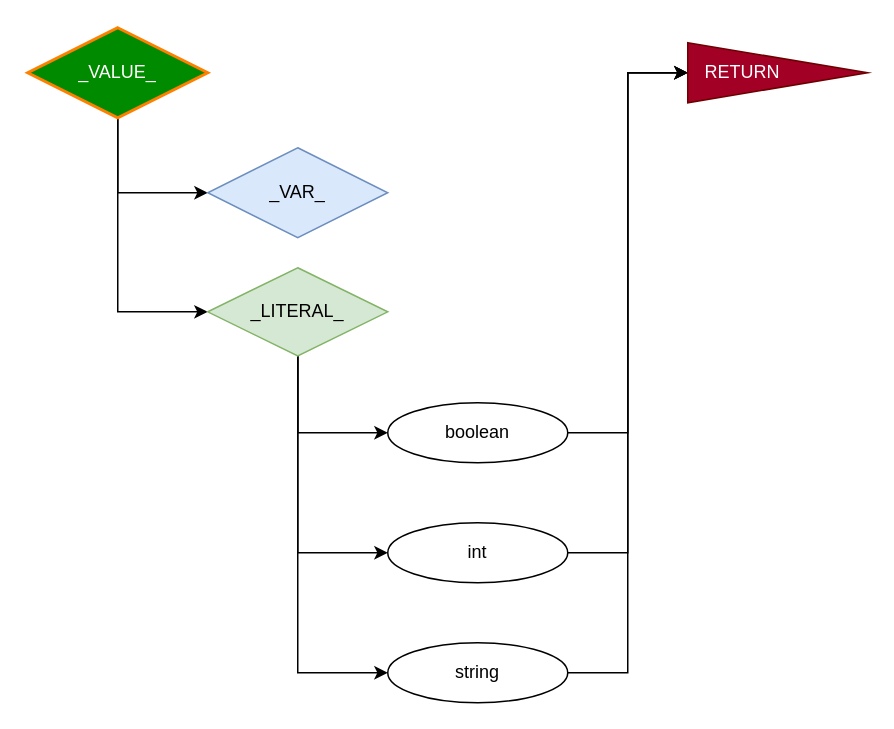
ZacharyYGateley/Compiler keeps this draw.io diagram as page "_VALUE_" (6 of 8) of CFG.drawio. Above is the earlier version. Source tidied: cells renumbered, new cells numbered last; positions are measured from the earlier drawing's top-left corner, leaving out a move shared by most shapes. Both pictures are drawn from the tidied source at 150%, with x=0, y=0 at pixel (27, 27).
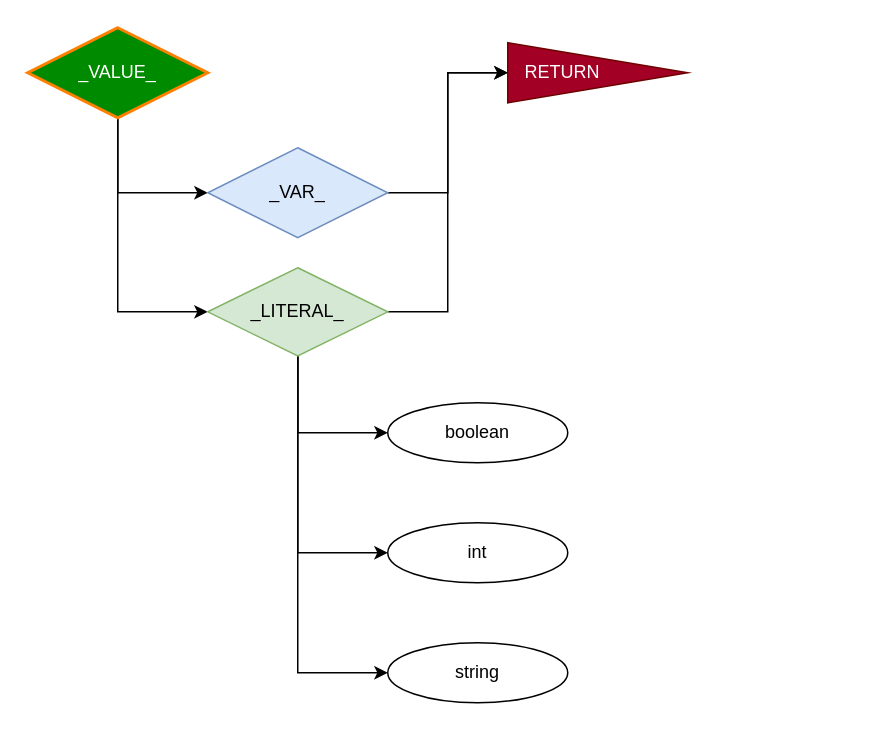
The same diagram, later.

Diff of the diagram source:
```diff
@@
 <mxGraphModel>
   <root>
     <mxCell id="0" />
     <mxCell id="1" parent="0" />
     <mxCell id="2" style="edgeStyle=orthogonalEdgeStyle;rounded=0;jettySize=auto;html=1;exitX=0.5;exitY=1;exitDx=0;exitDy=0;entryX=0;entryY=0.5;entryDx=0;entryDy=0;" parent="1" edge="1" source="4" target="5">
       <mxGeometry relative="1" as="geometry" />
     </mxCell>
     <mxCell id="3" style="edgeStyle=orthogonalEdgeStyle;rounded=0;jettySize=auto;html=1;exitX=0.5;exitY=1;exitDx=0;exitDy=0;entryX=0;entryY=0.5;entryDx=0;entryDy=0;" parent="1" edge="1" source="4" target="9">
       <mxGeometry relative="1" as="geometry" />
     </mxCell>
     <mxCell id="4" value="_VALUE_" style="rhombus;whiteSpace=wrap;html=1;fillColor=#008a00;strokeColor=#FF8000;fontColor=#ffffff;strokeWidth=2;" parent="1" vertex="1">
       <mxGeometry width="120" height="60" as="geometry" />
     </mxCell>
+    <mxCell id="17" style="edgeStyle=orthogonalEdgeStyle;rounded=0;jettySize=auto;html=1;exitX=1;exitY=0.5;exitDx=0;exitDy=0;entryX=0;entryY=0.5;entryDx=0;entryDy=0;" parent="1" edge="1" source="5" target="16">
+      <mxGeometry relative="1" as="geometry" />
+    </mxCell>
     <mxCell id="5" value="_VAR_" style="rhombus;whiteSpace=wrap;html=1;fillColor=#dae8fc;strokeColor=#6c8ebf;" parent="1" vertex="1">
       <mxGeometry x="120" y="80" width="120" height="60" as="geometry" />
     </mxCell>
     <mxCell id="6" style="edgeStyle=orthogonalEdgeStyle;rounded=0;jettySize=auto;html=1;exitX=0.5;exitY=1;exitDx=0;exitDy=0;entryX=0;entryY=0.5;entryDx=0;entryDy=0;" parent="1" edge="1" source="9" target="15">
       <mxGeometry relative="1" as="geometry" />
     </mxCell>
     <mxCell id="7" style="edgeStyle=orthogonalEdgeStyle;rounded=0;jettySize=auto;html=1;exitX=0.5;exitY=1;exitDx=0;exitDy=0;entryX=0;entryY=0.5;entryDx=0;entryDy=0;" parent="1" edge="1" source="9" target="13">
       <mxGeometry relative="1" as="geometry" />
     </mxCell>
     <mxCell id="8" style="edgeStyle=orthogonalEdgeStyle;rounded=0;jettySize=auto;html=1;exitX=0.5;exitY=1;exitDx=0;exitDy=0;entryX=0;entryY=0.5;entryDx=0;entryDy=0;" parent="1" edge="1" source="9" target="11">
       <mxGeometry relative="1" as="geometry" />
     </mxCell>
+    <mxCell id="18" style="edgeStyle=orthogonalEdgeStyle;rounded=0;jettySize=auto;html=1;exitX=1;exitY=0.5;exitDx=0;exitDy=0;entryX=0;entryY=0.5;entryDx=0;entryDy=0;" parent="1" edge="1" source="9" target="16">
+      <mxGeometry relative="1" as="geometry" />
+    </mxCell>
     <mxCell id="9" value="_LITERAL_" style="rhombus;whiteSpace=wrap;html=1;fillColor=#d5e8d4;strokeColor=#82b366;" parent="1" vertex="1">
       <mxGeometry x="120" y="160" width="120" height="58.8" as="geometry" />
     </mxCell>
-    <mxCell id="10" style="edgeStyle=orthogonalEdgeStyle;rounded=0;jettySize=auto;html=1;exitX=1;exitY=0.5;exitDx=0;exitDy=0;entryX=0;entryY=0.5;entryDx=0;entryDy=0;" parent="1" edge="1" source="11" target="16">
-      <mxGeometry relative="1" as="geometry" />
-    </mxCell>
     <mxCell id="11" value="string" style="ellipse;whiteSpace=wrap;html=1;" parent="1" vertex="1">
       <mxGeometry x="240" y="410" width="120" height="40" as="geometry" />
     </mxCell>
-    <mxCell id="12" style="edgeStyle=orthogonalEdgeStyle;rounded=0;jettySize=auto;html=1;exitX=1;exitY=0.5;exitDx=0;exitDy=0;entryX=0;entryY=0.5;entryDx=0;entryDy=0;" parent="1" edge="1" source="13" target="16">
-      <mxGeometry relative="1" as="geometry" />
-    </mxCell>
     <mxCell id="13" value="int" style="ellipse;whiteSpace=wrap;html=1;" parent="1" vertex="1">
       <mxGeometry x="240" y="330" width="120" height="40" as="geometry" />
     </mxCell>
-    <mxCell id="14" style="edgeStyle=orthogonalEdgeStyle;rounded=0;jettySize=auto;html=1;exitX=1;exitY=0.5;exitDx=0;exitDy=0;entryX=0;entryY=0.5;entryDx=0;entryDy=0;" parent="1" edge="1" source="15" target="16">
-      <mxGeometry relative="1" as="geometry" />
-    </mxCell>
     <mxCell id="15" value="boolean" style="ellipse;whiteSpace=wrap;html=1;" parent="1" vertex="1">
       <mxGeometry x="240" y="250" width="120" height="40" as="geometry" />
     </mxCell>
     <mxCell id="16" value="RETURN&amp;nbsp; &amp;nbsp; &amp;nbsp; &amp;nbsp; &amp;nbsp; &amp;nbsp; &amp;nbsp;&amp;nbsp;" style="triangle;whiteSpace=wrap;html=1;fillColor=#a20025;strokeColor=#6F0000;fontColor=#ffffff;" parent="1" vertex="1">
-      <mxGeometry x="440" y="10" width="120" height="40" as="geometry" />
+      <mxGeometry x="320" y="10" width="120" height="40" as="geometry" />
     </mxCell>
   </root>
 </mxGraphModel>
```
